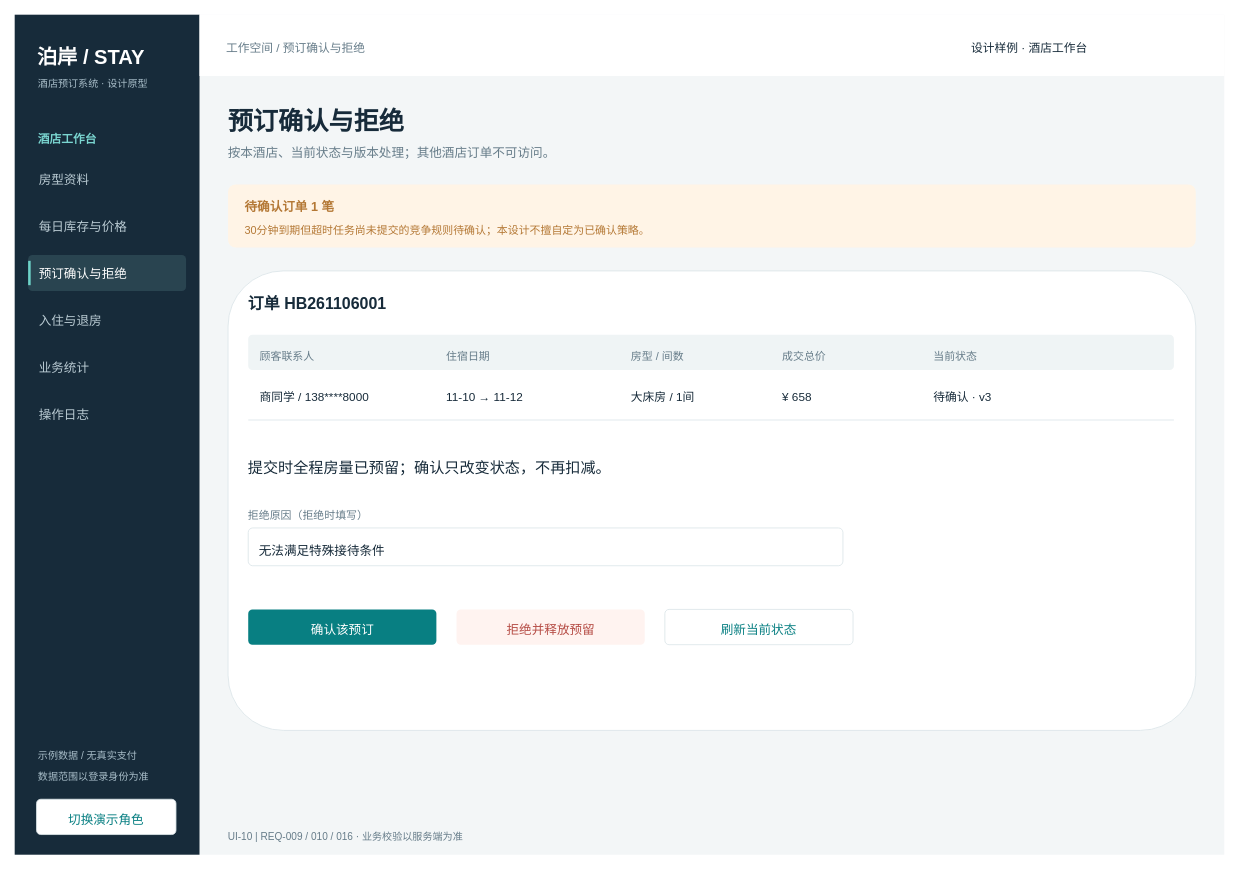
Earlier version of the draw.io diagram page "UI-10 预订确认与拒绝" (10 of 16) of 制作源文件/酒店预订UI.drawio (bear0327/software-engineering-lab). Source tidied: cells renumbered, new cells numbered last; positions are measured from the earlier drawing's top-left corner, leaving out a move shared by most shapes. Both pictures are drawn from the tidied source at 84%, with x=0, y=0 at pixel (14, 14).
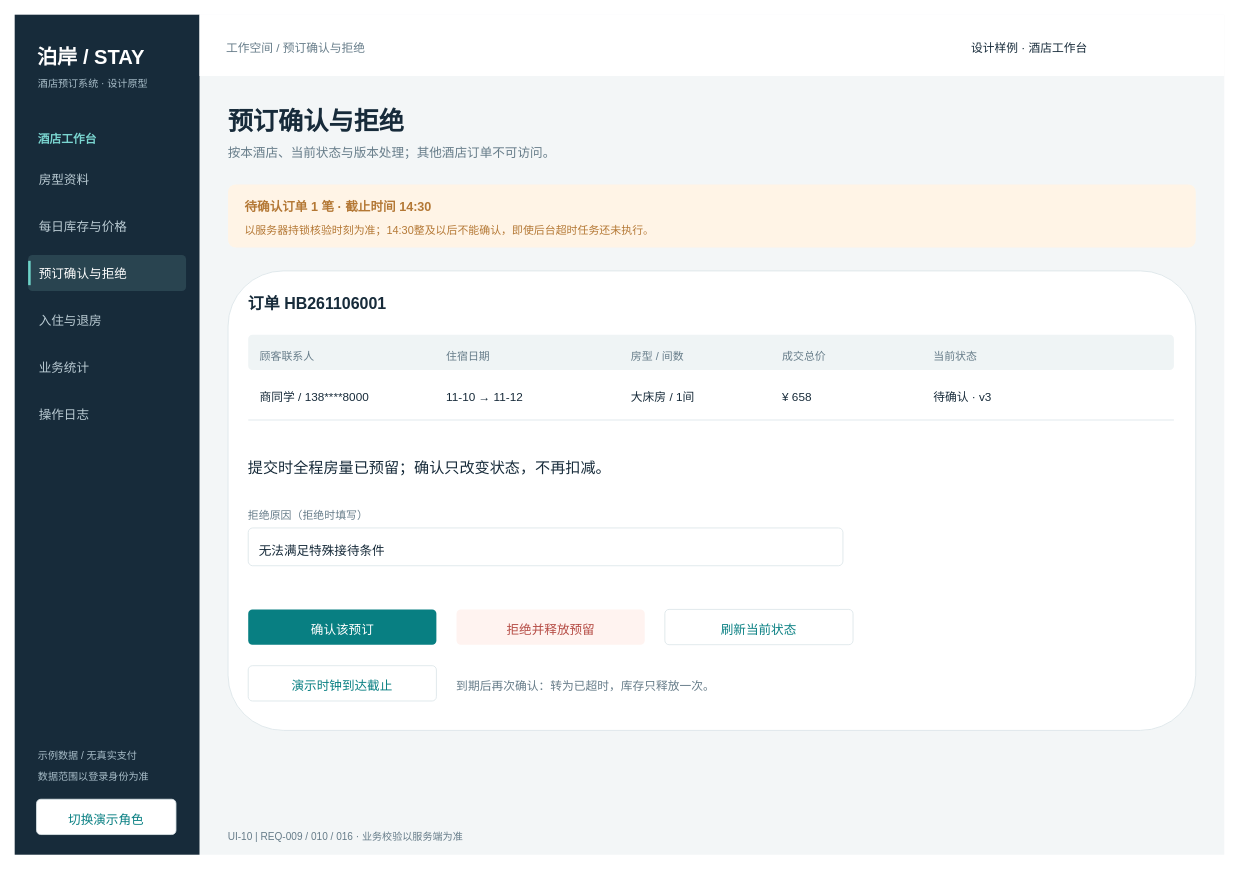
After the change.

Change to the diagram source:
```diff
@@
-    <mxCell id="26" value="待确认订单 1 笔" style="text;html=0;align=left;verticalAlign=top;whiteSpace=wrap;overflow=visible;strokeColor=none;fillColor=none;fontFamily=Microsoft YaHei;fontSize=15;fontColor=#B47835;fontStyle=1;spacing=0;" parent="1" vertex="1">
-      <mxGeometry x="274" y="215" width="113.5" height="22.5" as="geometry" />
+    <mxCell id="26" value="待确认订单 1 笔 · 截止时间 14:30" style="text;html=0;align=left;verticalAlign=top;whiteSpace=wrap;overflow=visible;strokeColor=none;fillColor=none;fontFamily=Microsoft YaHei;fontSize=15;fontColor=#B47835;fontStyle=1;spacing=0;" parent="1" vertex="1">
+      <mxGeometry x="274" y="215" width="236" height="22.5" as="geometry" />
     </mxCell>
-    <mxCell id="27" value="30分钟到期但超时任务尚未提交的竞争规则待确认；本设计不擅自定为已确认策略。" style="text;html=0;align=left;verticalAlign=top;whiteSpace=wrap;overflow=visible;strokeColor=none;fillColor=none;fontFamily=Microsoft YaHei;fontSize=13;fontColor=#B47835;fontStyle=0;spacing=0;" parent="1" vertex="1">
-      <mxGeometry x="274" y="245" width="488" height="19.5" as="geometry" />
+    <mxCell id="27" value="以服务器持锁核验时刻为准；14:30整及以后不能确认，即使后台超时任务还未执行。" style="text;html=0;align=left;verticalAlign=top;whiteSpace=wrap;overflow=visible;strokeColor=none;fillColor=none;fontFamily=Microsoft YaHei;fontSize=13;fontColor=#B47835;fontStyle=0;spacing=0;" parent="1" vertex="1">
+      <mxGeometry x="274" y="245" width="493" height="19.5" as="geometry" />
     </mxCell>
@@
+    <mxCell id="52" style="rounded=1;whiteSpace=wrap;html=0;fillColor=#FFFFFF;strokeColor=#DCE5E9;arcSize=12;" parent="1" vertex="1">
+      <mxGeometry x="278" y="775" width="224" height="42" as="geometry" />
+    </mxCell>
+    <mxCell id="53" value="演示时钟到达截止" style="text;html=0;align=left;verticalAlign=top;whiteSpace=wrap;overflow=visible;strokeColor=none;fillColor=none;fontFamily=Microsoft YaHei;fontSize=15;fontColor=#087F82;fontStyle=0;spacing=0;" parent="1" vertex="1">
+      <mxGeometry x="330" y="786" width="125" height="22.5" as="geometry" />
+    </mxCell>
+    <mxCell id="54" value="到期后再次确认：转为已超时，库存只释放一次。" style="text;html=0;align=left;verticalAlign=top;whiteSpace=wrap;overflow=visible;strokeColor=none;fillColor=none;fontFamily=Microsoft YaHei;fontSize=14;fontColor=#667C89;fontStyle=0;spacing=0;" parent="1" vertex="1">
+      <mxGeometry x="526" y="786" width="313" height="21" as="geometry" />
+    </mxCell>
```
